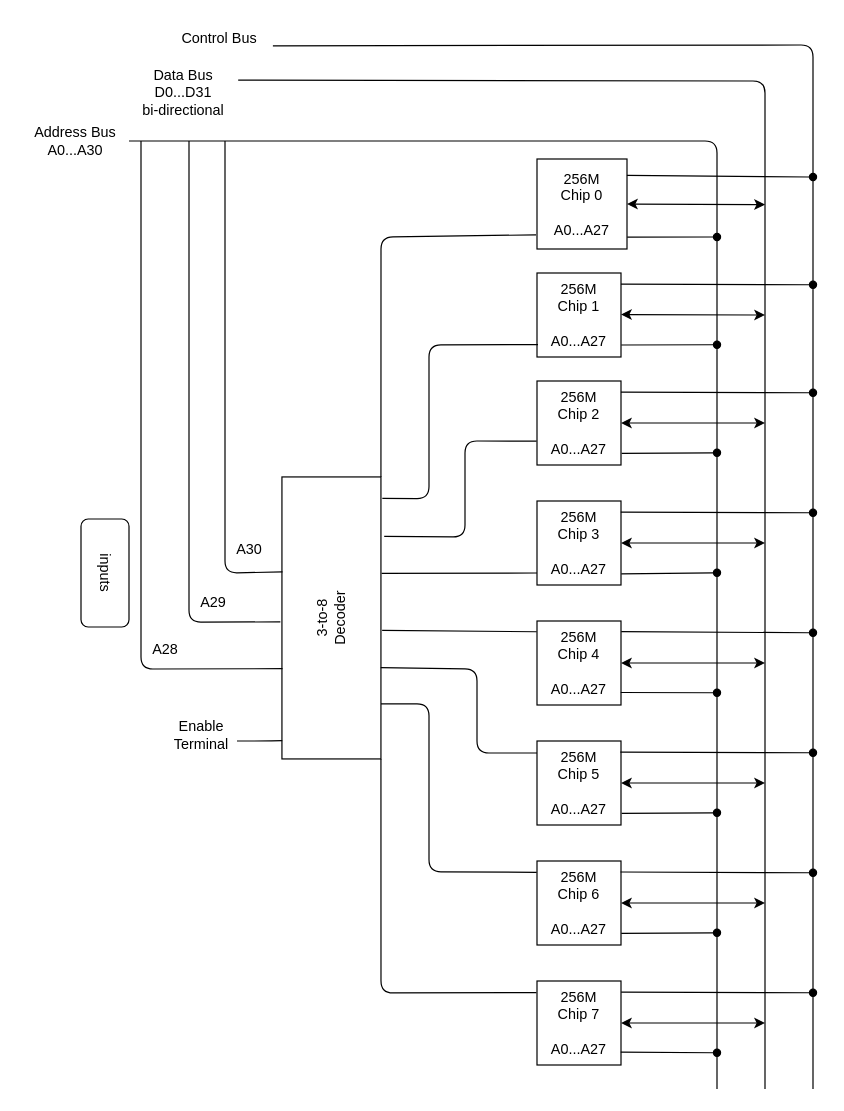
PaoloJr/ConcordiaCS keeps this draw.io diagram as COMP5201/assign5_q1_b.drawio. Above is the earlier version. Source tidied: cells renumbered, new cells numbered last; positions are measured from the earlier drawing's top-left corner, leaving out a move shared by most shapes. Both pictures are drawn from the tidied source at 120%, with x=0, y=0 at pixel (20, 20).
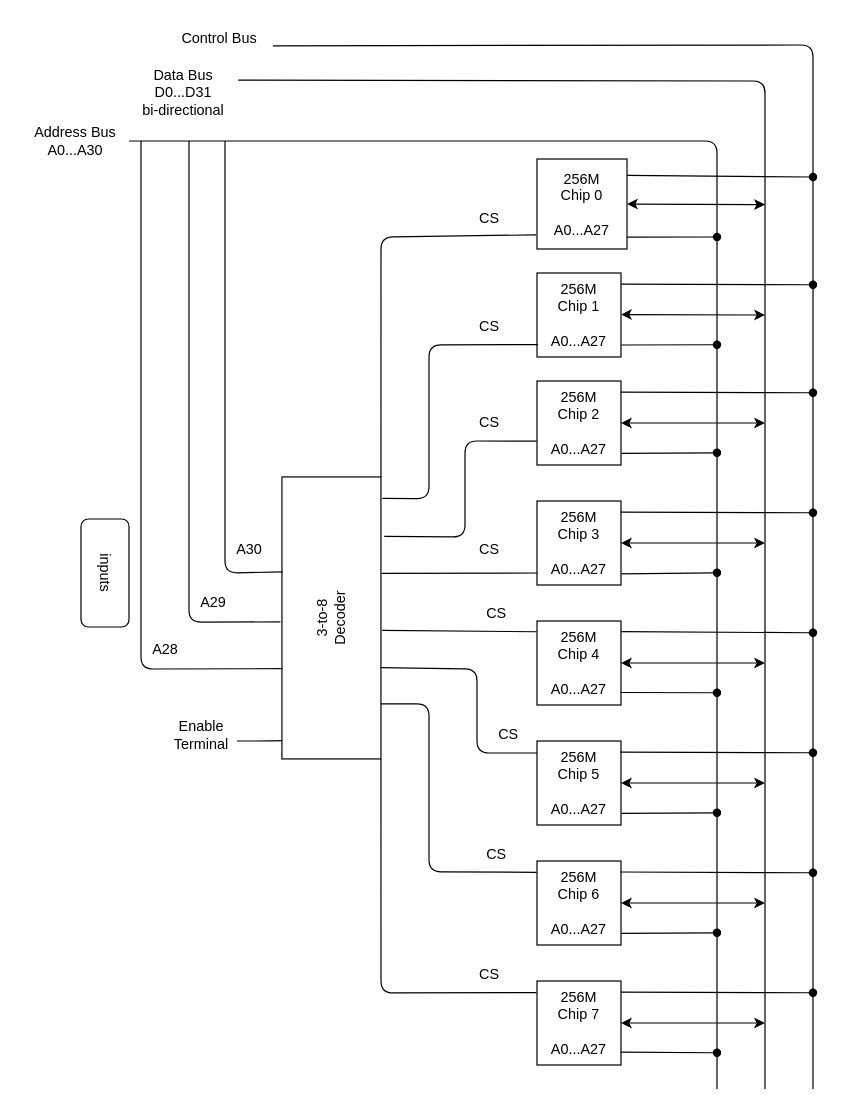
The same page after the edit.

Commit message:
updated dram schematic

The edit, as a diff of the source:
```diff
@@
+    <mxCell id="58" value="CS" style="text;html=1;align=center;verticalAlign=middle;strokeColor=none;fillColor=none;" parent="1" vertex="1">
+      <mxGeometry x="370" y="150" width="40" height="30" as="geometry" />
+    </mxCell>
+    <mxCell id="59" value="CS" style="text;html=1;align=center;verticalAlign=middle;strokeColor=none;fillColor=none;" parent="1" vertex="1">
+      <mxGeometry x="370" y="240" width="40" height="30" as="geometry" />
+    </mxCell>
+    <mxCell id="60" value="CS" style="text;html=1;align=center;verticalAlign=middle;strokeColor=none;fillColor=none;" parent="1" vertex="1">
+      <mxGeometry x="370" y="320" width="40" height="30" as="geometry" />
+    </mxCell>
+    <mxCell id="61" value="CS" style="text;html=1;align=center;verticalAlign=middle;strokeColor=none;fillColor=none;" parent="1" vertex="1">
+      <mxGeometry x="370" y="426.2" width="40" height="30" as="geometry" />
+    </mxCell>
+    <mxCell id="62" value="CS" style="text;html=1;align=center;verticalAlign=middle;strokeColor=none;fillColor=none;" parent="1" vertex="1">
+      <mxGeometry x="376.2" y="478.8" width="40" height="30" as="geometry" />
+    </mxCell>
+    <mxCell id="63" value="CS" style="text;html=1;align=center;verticalAlign=middle;strokeColor=none;fillColor=none;" parent="1" vertex="1">
+      <mxGeometry x="386.2" y="580" width="40" height="30" as="geometry" />
+    </mxCell>
+    <mxCell id="64" value="CS" style="text;html=1;align=center;verticalAlign=middle;strokeColor=none;fillColor=none;" parent="1" vertex="1">
+      <mxGeometry x="376.2" y="680" width="40" height="30" as="geometry" />
+    </mxCell>
+    <mxCell id="65" value="CS" style="text;html=1;align=center;verticalAlign=middle;strokeColor=none;fillColor=none;" parent="1" vertex="1">
+      <mxGeometry x="370" y="780" width="40" height="30" as="geometry" />
+    </mxCell>
```
